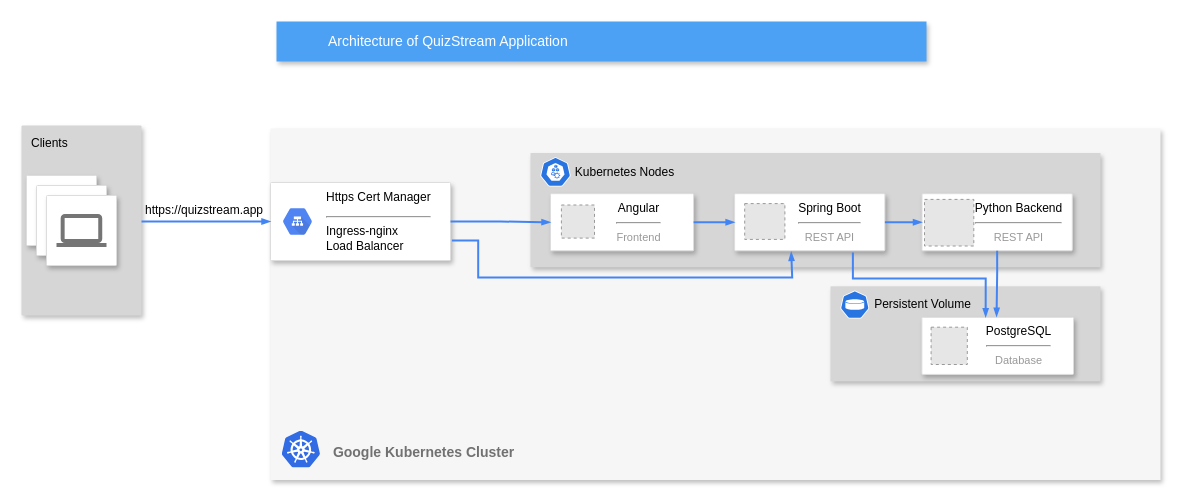
Earlier version of the draw.io diagram page "Page-1" (1 of 3) of architecture_diagram.drawio (AndreasX42/QuizStream). Source tidied: cells renumbered, new cells numbered last; positions are measured from the earlier drawing's top-left corner, leaving out a move shared by most shapes. Both pictures are drawn from the tidied source at 100%, with x=0, y=0 at pixel (21, 21). Pictures stored in the file or linked from it are replaced by grey dashed boxes.
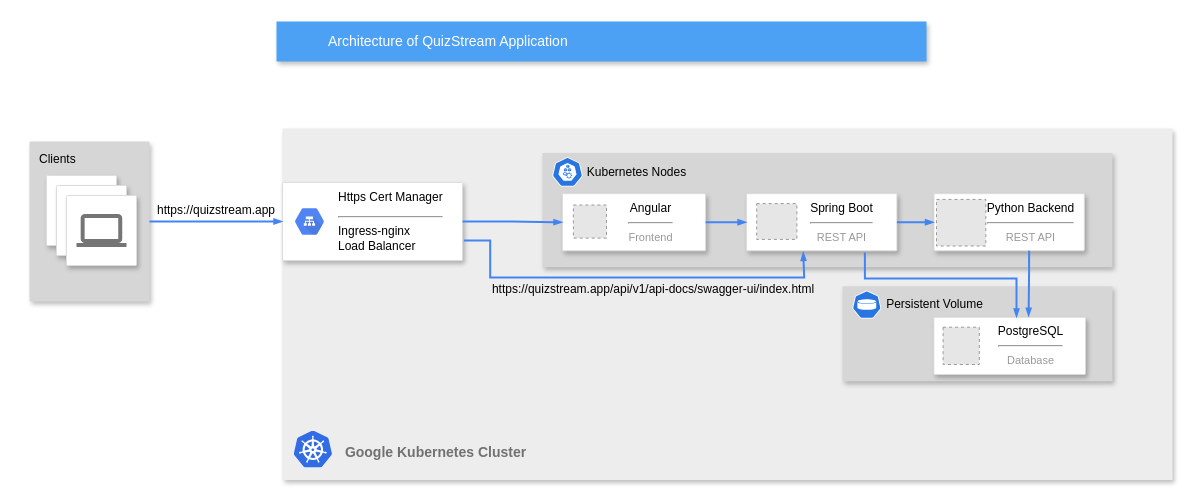
The same diagram, later.

Unchanged cells that the change refers to:
```xml
<mxCell id="13" style="strokeColor=#dddddd;fillColor=#ffffff;shadow=1;strokeWidth=1;rounded=1;absoluteArcSize=1;arcSize=2;fontSize=11;fontColor=#9E9E9E;align=center;html=1;" parent="2" vertex="1">
  <mxGeometry x="464.1" y="65.2" width="150.3" height="57.1" as="geometry" />
</mxCell>
<mxCell id="17" style="strokeColor=#dddddd;fillColor=#ffffff;shadow=1;strokeWidth=1;rounded=1;absoluteArcSize=1;arcSize=2;fontSize=11;fontColor=#9E9E9E;align=center;html=1;" parent="2" vertex="1">
  <mxGeometry x="651.5" y="65.2" width="150.3" height="57.1" as="geometry" />
</mxCell>
<mxCell id="27" value="PostgreSQL&lt;hr style=&quot;border-color: var(--border-color); color: rgb(153, 153, 153); text-align: left;&quot;&gt;&lt;font style=&quot;border-color: var(--border-color); color: rgb(153, 153, 153); text-align: left; font-size: 11px;&quot;&gt;Database&lt;/font&gt;" style="text;html=1;align=center;verticalAlign=middle;points=[];strokeColor=none;fillColor=none;" parent="2" vertex="1">
  <mxGeometry x="703.3" y="187.3" width="90" height="60" as="geometry" />
</mxCell>
```

Change to the diagram source:
```diff
@@
-    <mxCell id="2" style="fillColor=#F6F6F6;strokeColor=none;shadow=1;gradientColor=none;fontSize=14;align=left;spacing=10;fontColor=#717171;9E9E9E;verticalAlign=top;spacingTop=-4;fontStyle=0;spacingLeft=40;html=1;" parent="1" vertex="1">
-      <mxGeometry x="249" y="107" width="890" height="351.5" as="geometry" />
+    <mxCell id="2" style="fillColor=#EDEDED;strokeColor=none;shadow=1;gradientColor=none;fontSize=14;align=left;spacing=10;fontColor=#717171;9E9E9E;verticalAlign=top;spacingTop=-4;fontStyle=0;spacingLeft=40;html=1;" parent="1" vertex="1">
+      <mxGeometry x="261" y="107" width="890" height="351.5" as="geometry" />
     </mxCell>
@@
-    <mxCell id="28" style="rounded=0;elbow=vertical;html=1;labelBackgroundColor=none;startFill=1;startSize=4;endArrow=blockThin;endFill=1;endSize=4;jettySize=auto;strokeColor=#4284F3;strokeWidth=2;fontSize=12;fontColor=#000000;align=left;dashed=0;exitX=0.5;exitY=1;exitDx=0;exitDy=0;edgeStyle=orthogonalEdgeStyle;entryX=0.253;entryY=0.015;entryDx=0;entryDy=0;entryPerimeter=0;" parent="2" edge="1" source="17" target="27">
+    <mxCell id="28" style="rounded=0;elbow=vertical;html=1;labelBackgroundColor=none;startFill=1;startSize=4;endArrow=blockThin;endFill=1;endSize=4;jettySize=auto;orthogonalLoop=1;strokeColor=#4284F3;strokeWidth=2;fontSize=12;fontColor=#000000;align=left;dashed=0;exitX=0.5;exitY=1;exitDx=0;exitDy=0;edgeStyle=orthogonalEdgeStyle;entryX=0.253;entryY=0.015;entryDx=0;entryDy=0;entryPerimeter=0;" parent="2" edge="1">
       <mxGeometry relative="1" as="geometry">
+        <mxPoint x="746.6" y="122.3" as="sourcePoint" />
+        <mxPoint x="746.1" y="188.2" as="targetPoint" />
         <Array as="points">
-          <mxPoint x="727" y="142" />
-          <mxPoint x="726" y="142" />
+          <mxPoint x="747" y="142" />
+          <mxPoint x="746" y="142" />
         </Array>
       </mxGeometry>
     </mxCell>
@@
-    <mxCell id="30" style="edgeStyle=orthogonalEdgeStyle;rounded=0;elbow=vertical;html=1;labelBackgroundColor=none;startFill=1;startSize=4;endArrow=blockThin;endFill=1;endSize=4;jettySize=auto;strokeColor=#4284F3;strokeWidth=2;fontSize=12;fontColor=#000000;align=left;dashed=0;entryX=0.132;entryY=0.022;entryDx=0;entryDy=0;exitX=0.787;exitY=1.03;exitDx=0;exitDy=0;exitPerimeter=0;entryPerimeter=0;" parent="2" edge="1" source="13" target="27">
+    <mxCell id="30" style="edgeStyle=orthogonalEdgeStyle;rounded=0;elbow=vertical;html=1;labelBackgroundColor=none;startFill=1;startSize=4;endArrow=blockThin;endFill=1;endSize=4;jettySize=auto;strokeColor=#4284F3;strokeWidth=2;fontSize=12;fontColor=#000000;align=left;dashed=0;exitX=0.787;exitY=1.03;exitDx=0;exitDy=0;exitPerimeter=0;" parent="2" edge="1" source="13">
       <mxGeometry relative="1" as="geometry">
+        <mxPoint x="734" y="189" as="targetPoint" />
         <Array as="points">
           <mxPoint x="582" y="150" />
-          <mxPoint x="715" y="150" />
+          <mxPoint x="734" y="150" />
+          <mxPoint x="734" y="189" />
         </Array>
       </mxGeometry>
     </mxCell>
+    <mxCell id="41" value="https://quizstream.app/api/v1/api-docs/swagger-ui/index.html" style="text;html=1;strokeColor=none;fillColor=none;align=center;verticalAlign=middle;whiteSpace=wrap;rounded=0;" parent="2" vertex="1">
+      <mxGeometry x="206" y="146.3" width="330" height="30" as="geometry" />
+    </mxCell>
     <mxCell id="31" value="&lt;font color=&quot;#000000&quot;&gt;Clients&lt;/font&gt;" style="rounded=1;absoluteArcSize=1;arcSize=2;html=1;strokeColor=none;gradientColor=none;shadow=1;dashed=0;fontSize=12;fontColor=#9E9E9E;align=left;verticalAlign=top;spacing=10;spacingTop=-4;fillColor=#D6D6D6;" parent="1" vertex="1">
-      <mxGeometry y="104" width="120" height="190" as="geometry" />
+      <mxGeometry x="8" y="120" width="120" height="160" as="geometry" />
     </mxCell>
@@
     <mxCell id="34" style="strokeColor=#dddddd;fillColor=#ffffff;shadow=1;strokeWidth=1;rounded=1;absoluteArcSize=1;arcSize=2;labelPosition=center;verticalLabelPosition=middle;align=center;verticalAlign=bottom;spacingLeft=0;fontColor=#999999;fontSize=12;whiteSpace=wrap;spacingBottom=2;html=1;" parent="1" vertex="1">
-      <mxGeometry x="5" y="154" width="70" height="70" as="geometry" />
+      <mxGeometry x="25" y="154" width="70" height="70" as="geometry" />
     </mxCell>
@@
     <mxCell id="36" value="https://quizstream.app" style="text;html=1;strokeColor=none;fillColor=none;align=center;verticalAlign=middle;whiteSpace=wrap;rounded=0;" parent="1" vertex="1">
-      <mxGeometry x="153" y="174" width="60" height="30" as="geometry" />
+      <mxGeometry x="165" y="174" width="60" height="30" as="geometry" />
     </mxCell>
-    <mxCell id="37" style="strokeColor=#dddddd;fillColor=#ffffff;shadow=1;strokeWidth=1;rounded=1;absoluteArcSize=1;arcSize=2;labelPosition=center;verticalLabelPosition=middle;align=center;verticalAlign=bottom;spacingLeft=0;fontColor=#999999;fontSize=12;whiteSpace=wrap;spacingBottom=2;html=1;" parent="1" vertex="1">
-      <mxGeometry x="15" y="164" width="70" height="70" as="geometry" />
-    </mxCell>
-    <mxCell id="38" style="dashed=0;html=1;fillColor=#757575;strokeColor=none;shape=mxgraph.gcp2.laptop;" parent="37" vertex="1">
-      <mxGeometry x="0.5" width="50" height="33" relative="1" as="geometry">
-        <mxPoint x="-25" y="18.5" as="offset" />
-      </mxGeometry>
-    </mxCell>
-    <mxCell id="39" style="strokeColor=#dddddd;fillColor=#ffffff;shadow=1;strokeWidth=1;rounded=1;absoluteArcSize=1;arcSize=2;labelPosition=center;verticalLabelPosition=middle;align=center;verticalAlign=bottom;spacingLeft=0;fontColor=#999999;fontSize=12;whiteSpace=wrap;spacingBottom=2;html=1;" parent="1" vertex="1">
-      <mxGeometry x="25" y="174" width="70" height="70" as="geometry" />
-    </mxCell>
-    <mxCell id="40" style="dashed=0;html=1;fillColor=#757575;strokeColor=none;shape=mxgraph.gcp2.laptop;" parent="39" vertex="1">
-      <mxGeometry x="0.5" width="50" height="33" relative="1" as="geometry">
-        <mxPoint x="-25" y="18.5" as="offset" />
-      </mxGeometry>
-    </mxCell>
+    <mxCell id="42" style="strokeColor=#dddddd;fillColor=#ffffff;shadow=1;strokeWidth=1;rounded=1;absoluteArcSize=1;arcSize=2;labelPosition=center;verticalLabelPosition=middle;align=center;verticalAlign=bottom;spacingLeft=0;fontColor=#999999;fontSize=12;whiteSpace=wrap;spacingBottom=2;html=1;" parent="1" vertex="1">
+      <mxGeometry x="35" y="164" width="70" height="70" as="geometry" />
+    </mxCell>
+    <mxCell id="43" style="dashed=0;html=1;fillColor=#757575;strokeColor=none;shape=mxgraph.gcp2.laptop;" parent="42" vertex="1">
+      <mxGeometry x="0.5" width="50" height="33" relative="1" as="geometry">
+        <mxPoint x="-25" y="18.5" as="offset" />
+      </mxGeometry>
+    </mxCell>
+    <mxCell id="44" style="strokeColor=#dddddd;fillColor=#ffffff;shadow=1;strokeWidth=1;rounded=1;absoluteArcSize=1;arcSize=2;labelPosition=center;verticalLabelPosition=middle;align=center;verticalAlign=bottom;spacingLeft=0;fontColor=#999999;fontSize=12;whiteSpace=wrap;spacingBottom=2;html=1;" parent="1" vertex="1">
+      <mxGeometry x="45" y="174" width="70" height="70" as="geometry" />
+    </mxCell>
+    <mxCell id="45" style="dashed=0;html=1;fillColor=#757575;strokeColor=none;shape=mxgraph.gcp2.laptop;" parent="44" vertex="1">
+      <mxGeometry x="0.5" width="50" height="33" relative="1" as="geometry">
+        <mxPoint x="-25" y="18.5" as="offset" />
+      </mxGeometry>
+    </mxCell>
```
